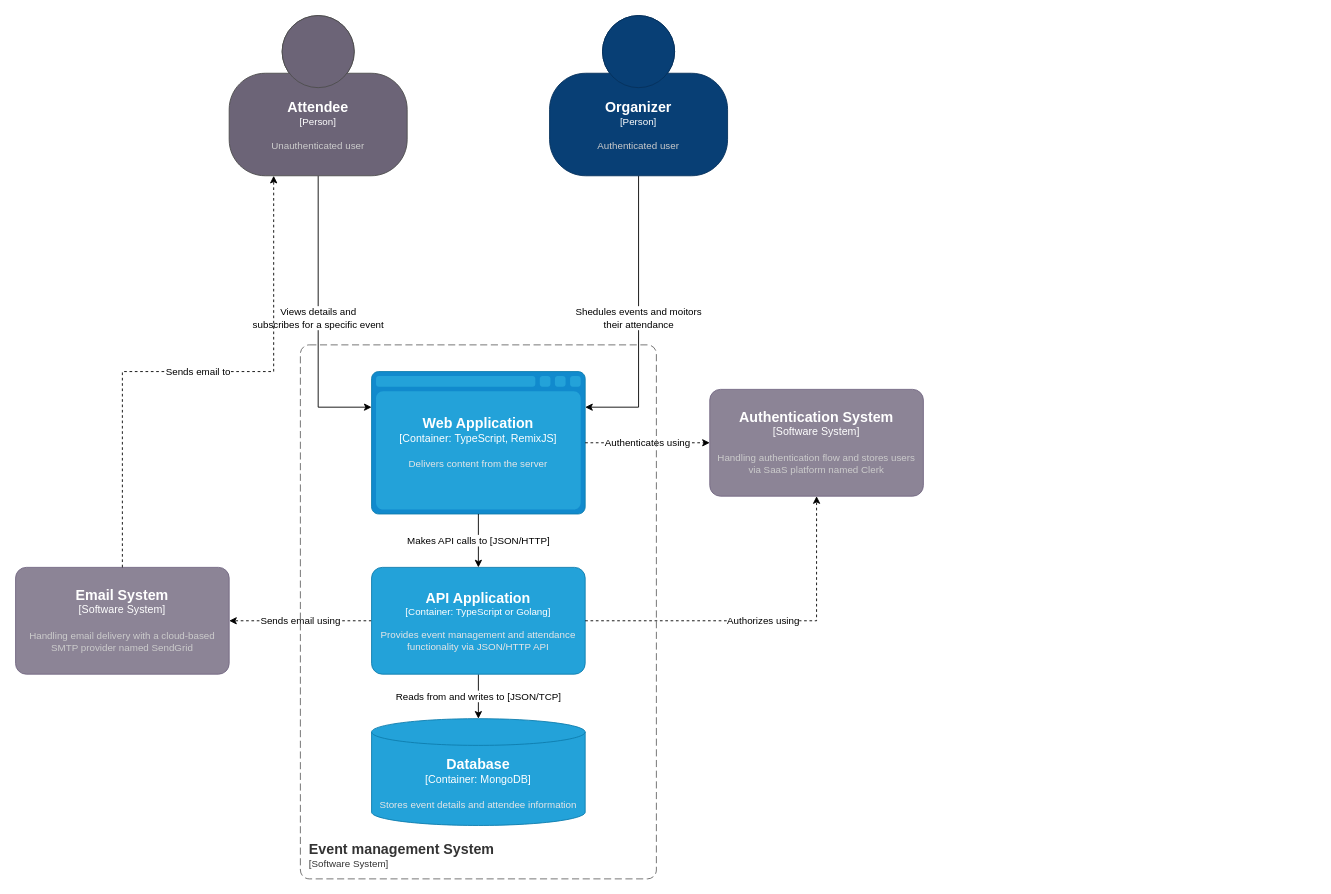
Earlier version of the draw.io diagram docs/c4-model/c2-Containers.drawio (nikbogman/in10days). Source tidied: cells renumbered, new cells numbered last; positions are measured from the earlier drawing's top-left corner, leaving out a move shared by most shapes. Both pictures are drawn from the tidied source at 89%, with x=0, y=0 at pixel (15, 15).
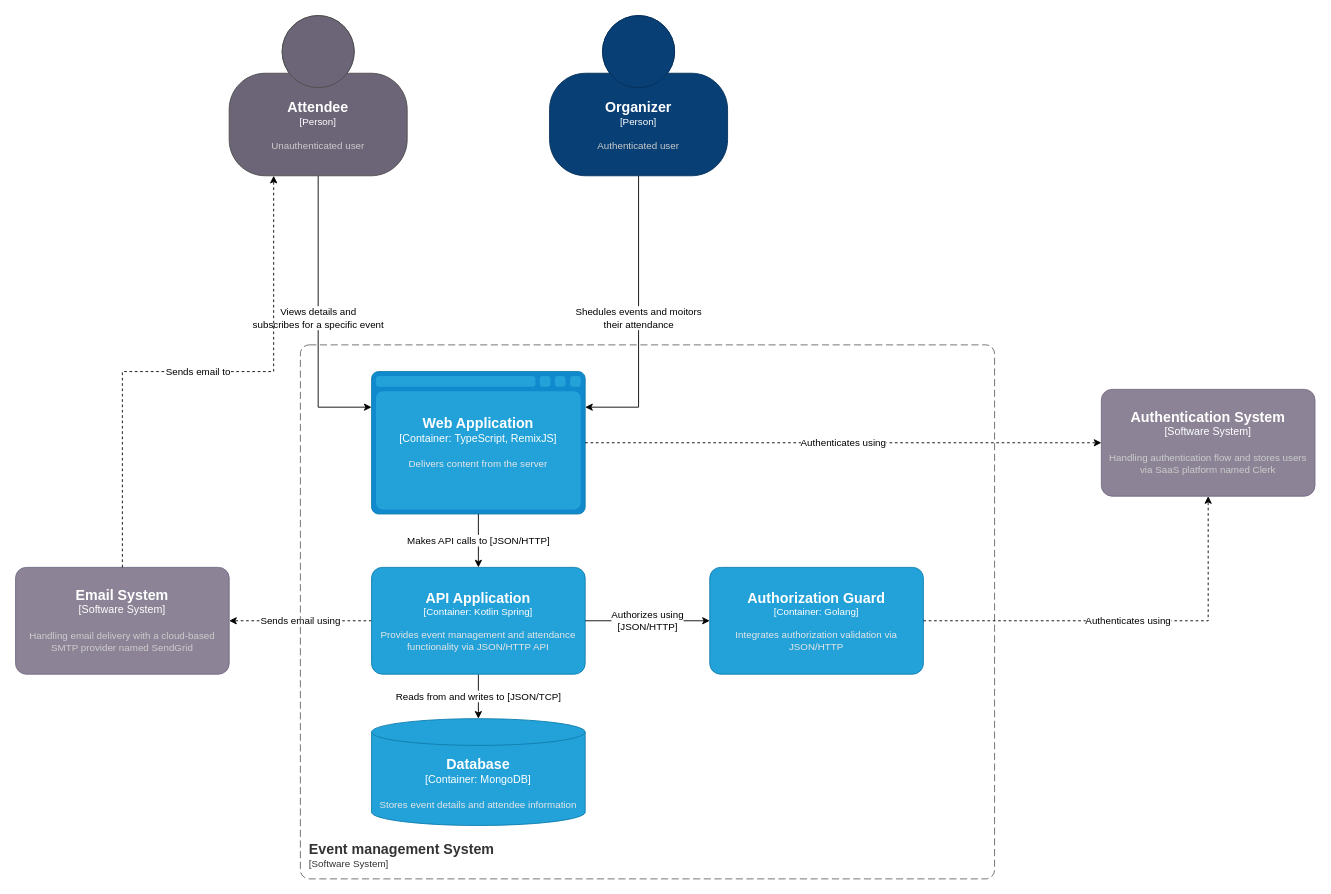
Above is the later version.

Diff of the diagram source:
```diff
@@
-    <object id="8" label="&lt;font style=&quot;font-size: 16px&quot;&gt;&lt;b&gt;%c4Name%&lt;/b&gt;&lt;/font&gt;&lt;div&gt;[%c4Type%: %c4Technology%]&lt;/div&gt;&lt;br&gt;&lt;div&gt;&lt;font style=&quot;font-size: 11px&quot;&gt;&lt;font color=&quot;#E6E6E6&quot;&gt;%c4Description%&lt;/font&gt;&lt;/div&gt;" c4Description="Provides event management and attendance functionality via JSON/HTTP API" c4Name="API Application" c4Technology="TypeScript or Golang" c4Type="Container" placeholders="1">
+    <object id="8" label="&lt;font style=&quot;font-size: 16px&quot;&gt;&lt;b&gt;%c4Name%&lt;/b&gt;&lt;/font&gt;&lt;div&gt;[%c4Type%: %c4Technology%]&lt;/div&gt;&lt;br&gt;&lt;div&gt;&lt;font style=&quot;font-size: 11px&quot;&gt;&lt;font color=&quot;#E6E6E6&quot;&gt;%c4Description%&lt;/font&gt;&lt;/div&gt;" c4Description="Provides event management and attendance functionality via JSON/HTTP API" c4Name="API Application" c4Technology="Kotlin Spring" c4Type="Container" placeholders="1">
       <mxCell style="rounded=1;whiteSpace=wrap;html=1;fontSize=11;labelBackgroundColor=none;fillColor=#23A2D9;fontColor=#ffffff;align=center;arcSize=10;strokeColor=#0E7DAD;points=[[0.25,0,0],[0.5,0,0],[0.75,0,0],[1,0.25,0],[1,0.5,0],[1,0.75,0],[0.75,1,0],[0.5,1,0],[0.25,1,0],[0,0.75,0],[0,0.5,0],[0,0.25,0]];" parent="1" vertex="1">
         <mxGeometry x="400" y="620" width="240" height="120" as="geometry" />
       </mxCell>
     </object>
@@
     <object id="12" label="&lt;font style=&quot;font-size: 16px&quot;&gt;&lt;b&gt;%c4Name%&lt;/b&gt;&lt;/font&gt;&lt;div&gt;[%c4Type%]&lt;/div&gt;&lt;br&gt;&lt;div&gt;&lt;font style=&quot;font-size: 11px&quot;&gt;&lt;font color=&quot;#cccccc&quot;&gt;%c4Description%&lt;/font&gt;&lt;/div&gt;" c4Description="Handling authentication flow and stores users via SaaS platform named Clerk" c4Name="Authentication System" c4Type="Software System" placeholders="1">
       <mxCell style="rounded=1;whiteSpace=wrap;html=1;labelBackgroundColor=none;fillColor=#8C8496;fontColor=#ffffff;align=center;arcSize=10;strokeColor=#736782;points=[[0.25,0,0],[0.5,0,0],[0.75,0,0],[1,0.25,0],[1,0.5,0],[1,0.75,0],[0.75,1,0],[0.5,1,0],[0.25,1,0],[0,0.75,0],[0,0.5,0],[0,0.25,0]];" parent="1" vertex="1">
-        <mxGeometry x="780" y="420" width="240" height="120" as="geometry" />
+        <mxGeometry x="1220" y="420" width="240" height="120" as="geometry" />
       </mxCell>
     </object>
@@
-    <mxCell id="16" value="Authorizes using" style="edgeStyle=orthogonalEdgeStyle;rounded=0;jettySize=auto;html=1;exitX=1;exitY=0.5;exitDx=0;exitDy=0;exitPerimeter=0;entryX=0.5;entryY=1;entryDx=0;entryDy=0;entryPerimeter=0;dashed=1;" parent="1" edge="1" source="8" target="12">
-      <mxGeometry relative="1" as="geometry" />
-    </mxCell>
     <object id="17" label="&lt;font style=&quot;font-size: 16px&quot;&gt;&lt;b&gt;&lt;div style=&quot;text-align: left&quot;&gt;%c4Name%&lt;/div&gt;&lt;/b&gt;&lt;/font&gt;&lt;div style=&quot;text-align: left&quot;&gt;[%c4Application%]&lt;/div&gt;" c4Application="Software System" c4Name="Event management System" placeholders="1">
       <mxCell style="rounded=1;fontSize=11;whiteSpace=wrap;html=1;dashed=1;arcSize=20;fillColor=none;strokeColor=#666666;fontColor=#333333;labelBackgroundColor=none;align=left;verticalAlign=bottom;labelBorderColor=none;spacingTop=0;spacing=10;dashPattern=8 4;perimeter=rectanglePerimeter;noLabel=0;labelPadding=0;absoluteArcSize=1;" parent="1" vertex="1">
-        <mxGeometry x="320" y="370" width="400" height="600" as="geometry" />
+        <mxGeometry x="320" y="370" width="780" height="600" as="geometry" />
       </mxCell>
     </object>
+    <object id="18" label="&lt;font style=&quot;font-size: 16px&quot;&gt;&lt;b&gt;%c4Name%&lt;/b&gt;&lt;/font&gt;&lt;div&gt;[%c4Type%: %c4Technology%]&lt;/div&gt;&lt;br&gt;&lt;div&gt;&lt;font style=&quot;font-size: 11px&quot;&gt;&lt;font color=&quot;#E6E6E6&quot;&gt;%c4Description%&lt;/font&gt;&lt;/div&gt;" c4Description="Integrates authorization validation via JSON/HTTP" c4Name="Authorization Guard" c4Technology="Golang" c4Type="Container" placeholders="1">
+      <mxCell style="rounded=1;whiteSpace=wrap;html=1;fontSize=11;labelBackgroundColor=none;fillColor=#23A2D9;fontColor=#ffffff;align=center;arcSize=10;strokeColor=#0E7DAD;points=[[0.25,0,0],[0.5,0,0],[0.75,0,0],[1,0.25,0],[1,0.5,0],[1,0.75,0],[0.75,1,0],[0.5,1,0],[0.25,1,0],[0,0.75,0],[0,0.5,0],[0,0.25,0]];" parent="1" vertex="1">
+        <mxGeometry x="780" y="620" width="240" height="120" as="geometry" />
+      </mxCell>
+    </object>
+    <mxCell id="19" value="Authorizes using&lt;br&gt;[JSON/HTTP]" style="edgeStyle=orthogonalEdgeStyle;rounded=0;jettySize=auto;html=1;exitX=1;exitY=0.5;exitDx=0;exitDy=0;exitPerimeter=0;entryX=0;entryY=0.5;entryDx=0;entryDy=0;entryPerimeter=0;" parent="1" edge="1" source="8" target="18">
+      <mxGeometry relative="1" as="geometry" />
+    </mxCell>
+    <mxCell id="20" value="Authenticates using" style="edgeStyle=orthogonalEdgeStyle;rounded=0;jettySize=auto;html=1;exitX=1;exitY=0.5;exitDx=0;exitDy=0;exitPerimeter=0;entryX=0.5;entryY=1;entryDx=0;entryDy=0;entryPerimeter=0;dashed=1;" parent="1" edge="1" source="18" target="12">
+      <mxGeometry relative="1" as="geometry" />
+    </mxCell>
```
